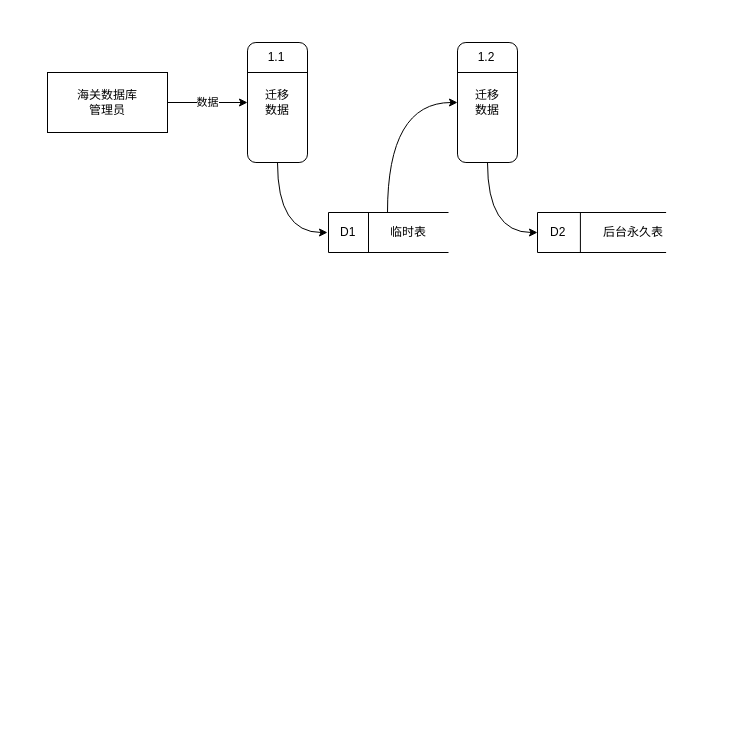
The draw.io diagram 海关项目图表.drawio in zjtone/RL-Note, before the edit. Source tidied: cells renumbered, new cells numbered last; positions are measured from the earlier drawing's top-left corner, leaving out a move shared by most shapes. Both pictures are drawn from the tidied source at 100%, with x=0, y=0 at pixel (47, 42).
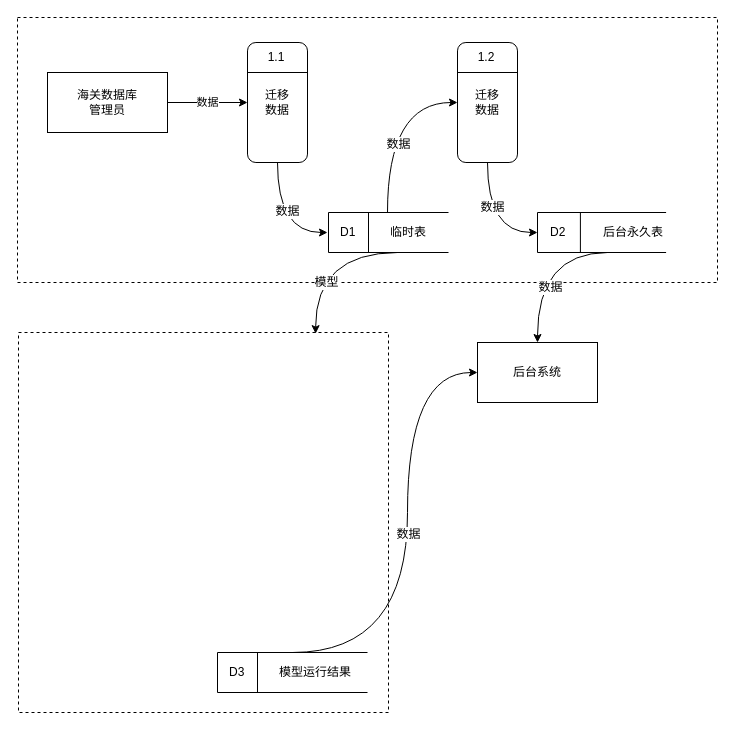
Above is the later version.

Commit message (it also covers changes not shown here):
更新海关项目图表.drawio

The change refers to these unchanged cells:
```xml
<mxCell id="4" style="edgeStyle=orthogonalEdgeStyle;rounded=0;jettySize=auto;html=1;curved=1;" parent="1" edge="1" source="5">
  <mxGeometry relative="1" as="geometry">
    <mxPoint x="280" y="190" as="targetPoint" />
    <Array as="points">
      <mxPoint x="230" y="190" />
    </Array>
  </mxGeometry>
</mxCell>
<mxCell id="19" style="endArrow=classic;html=1;entryX=0;entryY=0.5;entryDx=0;entryDy=0;edgeStyle=orthogonalEdgeStyle;curved=1;" parent="1" edge="1" target="16">
  <mxGeometry relative="1" as="geometry">
    <mxPoint x="340" y="170" as="sourcePoint" />
    <Array as="points">
      <mxPoint x="340" y="60" />
    </Array>
  </mxGeometry>
</mxCell>
<mxCell id="27" style="edgeStyle=orthogonalEdgeStyle;rounded=0;orthogonalLoop=1;jettySize=auto;html=1;curved=1;" parent="1" edge="1">
  <mxGeometry relative="1" as="geometry">
    <mxPoint x="440" y="120" as="sourcePoint" />
    <mxPoint x="490" y="190" as="targetPoint" />
    <Array as="points">
      <mxPoint x="440" y="190" />
    </Array>
  </mxGeometry>
</mxCell>
```

Diff of the diagram source:
```diff
@@
+    <mxCell id="28" style="rounded=0;whiteSpace=wrap;html=1;dashed=1;" parent="1" vertex="1">
+      <mxGeometry x="-29" y="290" width="370" height="380" as="geometry" />
+    </mxCell>
+    <mxCell id="29" style="rounded=0;whiteSpace=wrap;html=1;dashed=1;" parent="1" vertex="1">
+      <mxGeometry x="-30" y="-25" width="700" height="265" as="geometry" />
+    </mxCell>
@@
+    <mxCell id="30" value="数据" style="text;html=1;align=center;verticalAlign=middle;labelBackgroundColor=#ffffff;" parent="4" vertex="1">
+      <mxGeometry x="-0.2" y="9" relative="1" as="geometry" />
+    </mxCell>
@@
+    <mxCell id="31" value="数据" style="text;html=1;align=center;verticalAlign=middle;labelBackgroundColor=#ffffff;" parent="19" vertex="1">
+      <mxGeometry x="-0.23" y="-10" relative="1" as="geometry" />
+    </mxCell>
@@
+    <mxCell id="32" value="数据" style="text;html=1;align=center;verticalAlign=middle;labelBackgroundColor=#ffffff;" parent="27" vertex="1">
+      <mxGeometry x="-0.27" y="4" relative="1" as="geometry" />
+    </mxCell>
+    <mxCell id="33" style="endArrow=classic;html=1;edgeStyle=orthogonalEdgeStyle;curved=1;entryX=0.803;entryY=0.003;entryDx=0;entryDy=0;entryPerimeter=0;" parent="1" edge="1" target="28">
+      <mxGeometry relative="1" as="geometry">
+        <mxPoint x="350" y="210" as="sourcePoint" />
+      </mxGeometry>
+    </mxCell>
+    <mxCell id="34" value="模型" style="text;html=1;align=center;verticalAlign=middle;labelBackgroundColor=#ffffff;" parent="33" vertex="1">
+      <mxGeometry x="0.37" y="10" relative="1" as="geometry" />
+    </mxCell>
+    <mxCell id="35" style="group;" parent="1" vertex="1">
+      <mxGeometry x="170" y="610" width="150" height="40" as="geometry" />
+    </mxCell>
+    <mxCell id="36" style="endArrow=none;html=1;" parent="35" edge="1">
+      <mxGeometry relative="1" as="geometry">
+        <mxPoint as="sourcePoint" />
+        <mxPoint x="150" as="targetPoint" />
+      </mxGeometry>
+    </mxCell>
+    <mxCell id="37" style="endArrow=none;html=1;" parent="35" edge="1">
+      <mxGeometry relative="1" as="geometry">
+        <mxPoint y="40" as="sourcePoint" />
+        <mxPoint x="150" y="40" as="targetPoint" />
+      </mxGeometry>
+    </mxCell>
+    <mxCell id="38" style="endArrow=none;html=1;" parent="35" edge="1">
+      <mxGeometry relative="1" as="geometry">
+        <mxPoint y="40" as="sourcePoint" />
+        <mxPoint as="targetPoint" />
+      </mxGeometry>
+    </mxCell>
+    <mxCell id="39" style="endArrow=none;html=1;" parent="35" edge="1">
+      <mxGeometry relative="1" as="geometry">
+        <mxPoint x="40" y="40" as="sourcePoint" />
+        <mxPoint x="40" as="targetPoint" />
+      </mxGeometry>
+    </mxCell>
+    <mxCell id="40" value="模型运行结果" style="text;html=1;align=left;verticalAlign=top;spacingTop=-4;" parent="35" vertex="1">
+      <mxGeometry x="60" y="10" width="90" height="20" as="geometry" />
+    </mxCell>
+    <mxCell id="41" value="D3" style="text;html=1;align=left;verticalAlign=top;spacingTop=-4;" parent="35" vertex="1">
+      <mxGeometry x="10" y="10" width="30" height="20" as="geometry" />
+    </mxCell>
+    <mxCell id="42" style="endArrow=classic;html=1;edgeStyle=orthogonalEdgeStyle;curved=1;" parent="1" edge="1">
+      <mxGeometry relative="1" as="geometry">
+        <mxPoint x="245" y="610" as="sourcePoint" />
+        <mxPoint x="430" y="330" as="targetPoint" />
+        <Array as="points">
+          <mxPoint x="360" y="610" />
+          <mxPoint x="360" y="330" />
+        </Array>
+      </mxGeometry>
+    </mxCell>
+    <mxCell id="43" value="数据" style="text;html=1;align=center;verticalAlign=middle;labelBackgroundColor=#ffffff;" parent="42" vertex="1">
+      <mxGeometry x="-0.07" y="-53" relative="1" as="geometry">
+        <mxPoint x="-53" y="-18" as="offset" />
+      </mxGeometry>
+    </mxCell>
+    <mxCell id="44" value="后台系统" style="rounded=0;whiteSpace=wrap;html=1;" parent="1" vertex="1">
+      <mxGeometry x="430" y="300" width="120" height="60" as="geometry" />
+    </mxCell>
+    <mxCell id="45" style="endArrow=classic;html=1;entryX=0.5;entryY=0;entryDx=0;entryDy=0;edgeStyle=orthogonalEdgeStyle;curved=1;" parent="1" edge="1" target="44">
+      <mxGeometry relative="1" as="geometry">
+        <mxPoint x="560" y="210" as="sourcePoint" />
+      </mxGeometry>
+    </mxCell>
+    <mxCell id="46" value="数据" style="text;html=1;align=center;verticalAlign=middle;labelBackgroundColor=#ffffff;" parent="45" vertex="1">
+      <mxGeometry x="0.3" y="12" relative="1" as="geometry" />
+    </mxCell>
```
